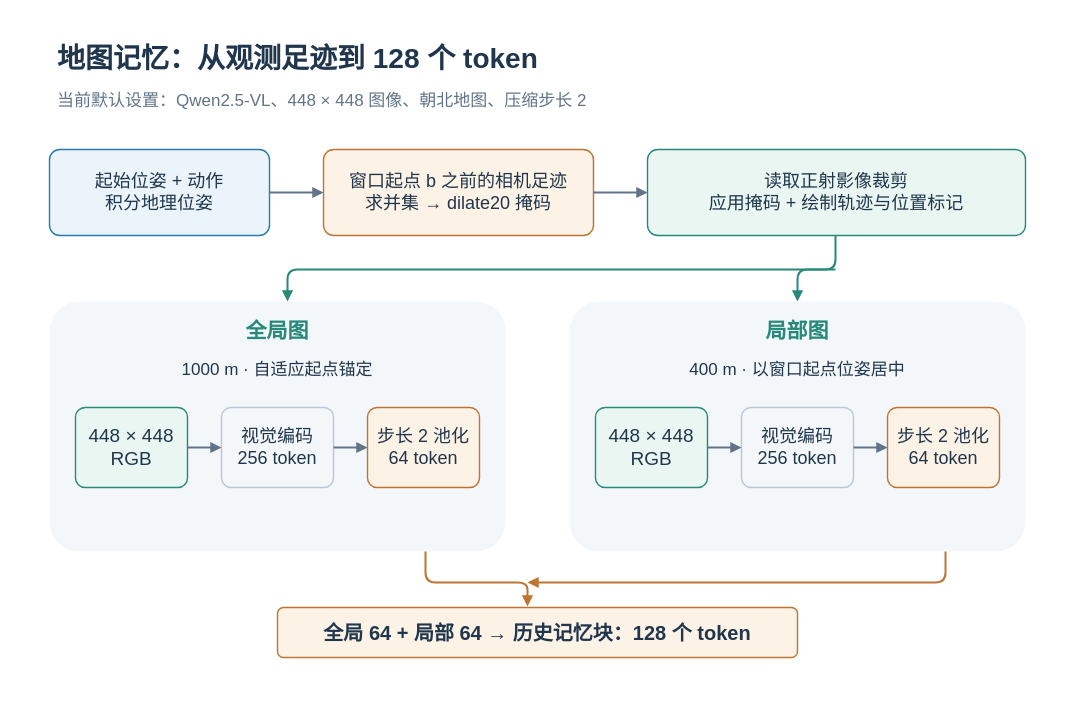
Above: docs/assets/concepts/diagrams/map-construction.zh-CN.drawio in Eku127/SwiftVLN (draw.io), before the change. Source tidied: cells renumbered, new cells numbered last; positions are measured from the earlier drawing's top-left corner, leaving out a move shared by most shapes. Both pictures are drawn from the tidied source at 100%, with x=0, y=0 at pixel (17, 17).
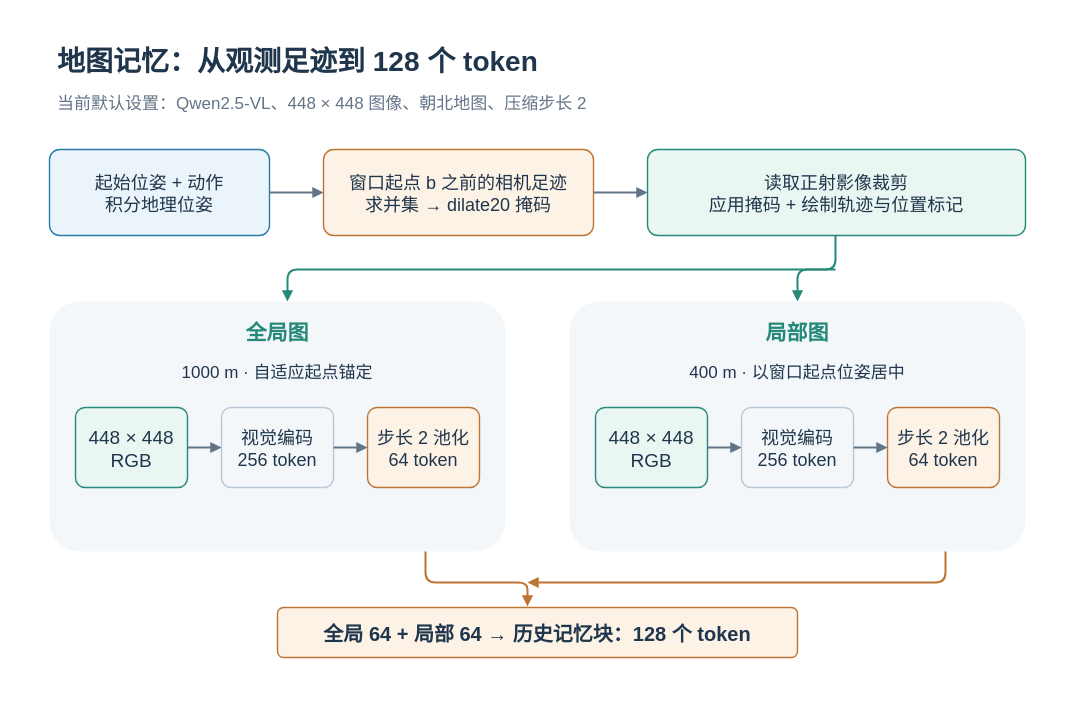
The same page after the edit.

The edit, as a diff of the source:
```diff
@@
-    <mxCell id="2" style="rounded=0;arcSize=12;whiteSpace=wrap;html=0;fillColor=#FFFFFF;strokeColor=none;strokeWidth=1.4;fontColor=#20364C;fontFamily=Arial;fontSize=19;fontStyle=0;align=center;verticalAlign=middle;spacing=8;" parent="1" vertex="1">
+    <mxCell id="2" style="rounded=0;arcSize=12;whiteSpace=nowrap;html=0;fillColor=#FFFFFF;strokeColor=none;strokeWidth=1.4;fontColor=#20364C;fontFamily=Arial;fontSize=19;fontStyle=0;align=center;verticalAlign=middle;spacing=8;" parent="1" vertex="1">
       <mxGeometry width="1040" height="670" as="geometry" />
     </mxCell>
-    <mxCell id="3" value="地图记忆：从观测足迹到 128 个 token" style="rounded=0;arcSize=12;whiteSpace=wrap;html=0;fillColor=none;strokeColor=none;strokeWidth=1.4;fontColor=#20364C;fontFamily=Arial;fontSize=28;fontStyle=1;align=left;verticalAlign=middle;spacing=8;" parent="1" vertex="1">
+    <mxCell id="3" value="地图记忆：从观测足迹到 128 个 token" style="rounded=0;arcSize=12;whiteSpace=nowrap;html=0;fillColor=none;strokeColor=none;strokeWidth=1.4;fontColor=#20364C;fontFamily=Arial;fontSize=28;fontStyle=1;align=left;verticalAlign=middle;spacing=8;" parent="1" vertex="1">
       <mxGeometry x="32" y="22" width="970" height="38" as="geometry" />
     </mxCell>
-    <mxCell id="4" value="当前默认设置：Qwen2.5-VL、448 × 448 图像、朝北地图、压缩步长 2" style="rounded=0;arcSize=12;whiteSpace=wrap;html=0;fillColor=none;strokeColor=none;strokeWidth=1.4;fontColor=#627487;fontFamily=Arial;fontSize=17;fontStyle=0;align=left;verticalAlign=middle;spacing=8;" parent="1" vertex="1">
+    <mxCell id="4" value="当前默认设置：Qwen2.5-VL、448 × 448 图像、朝北地图、压缩步长 2" style="rounded=0;arcSize=12;whiteSpace=nowrap;html=0;fillColor=none;strokeColor=none;strokeWidth=1.4;fontColor=#627487;fontFamily=Arial;fontSize=17;fontStyle=0;align=left;verticalAlign=middle;spacing=8;" parent="1" vertex="1">
       <mxGeometry x="32" y="67" width="970" height="34" as="geometry" />
     </mxCell>
-    <mxCell id="5" value="起始位姿 + 动作&#10;积分地理位姿" style="rounded=1;arcSize=12;whiteSpace=wrap;html=0;fillColor=#EBF4FA;strokeColor=#287BAD;strokeWidth=1.4;fontColor=#20364C;fontFamily=Arial;fontSize=18;fontStyle=0;align=center;verticalAlign=middle;spacing=8;" parent="1" vertex="1">
+    <mxCell id="5" value="起始位姿 + 动作&#10;积分地理位姿" style="rounded=1;arcSize=12;whiteSpace=nowrap;html=0;fillColor=#EBF4FA;strokeColor=#287BAD;strokeWidth=1.4;fontColor=#20364C;fontFamily=Arial;fontSize=18;fontStyle=0;align=center;verticalAlign=middle;spacing=8;" parent="1" vertex="1">
       <mxGeometry x="32" y="132" width="220" height="86" as="geometry" />
     </mxCell>
-    <mxCell id="6" value="窗口起点 b 之前的相机足迹&#10;求并集 → dilate20 掩码" style="rounded=1;arcSize=12;whiteSpace=wrap;html=0;fillColor=#FCF2E6;strokeColor=#BE7534;strokeWidth=1.4;fontColor=#20364C;fontFamily=Arial;fontSize=18;fontStyle=0;align=center;verticalAlign=middle;spacing=8;" parent="1" vertex="1">
+    <mxCell id="6" value="窗口起点 b 之前的相机足迹&#10;求并集 → dilate20 掩码" style="rounded=1;arcSize=12;whiteSpace=nowrap;html=0;fillColor=#FCF2E6;strokeColor=#BE7534;strokeWidth=1.4;fontColor=#20364C;fontFamily=Arial;fontSize=18;fontStyle=0;align=center;verticalAlign=middle;spacing=8;" parent="1" vertex="1">
       <mxGeometry x="306" y="132" width="270" height="86" as="geometry" />
     </mxCell>
-    <mxCell id="7" value="读取正射影像裁剪&#10;应用掩码 + 绘制轨迹与位置标记" style="rounded=1;arcSize=12;whiteSpace=wrap;html=0;fillColor=#EAF6F2;strokeColor=#268979;strokeWidth=1.4;fontColor=#20364C;fontFamily=Arial;fontSize=18;fontStyle=0;align=center;verticalAlign=middle;spacing=8;" parent="1" vertex="1">
+    <mxCell id="7" value="读取正射影像裁剪&#10;应用掩码 + 绘制轨迹与位置标记" style="rounded=1;arcSize=12;whiteSpace=nowrap;html=0;fillColor=#EAF6F2;strokeColor=#268979;strokeWidth=1.4;fontColor=#20364C;fontFamily=Arial;fontSize=18;fontStyle=0;align=center;verticalAlign=middle;spacing=8;" parent="1" vertex="1">
       <mxGeometry x="630" y="132" width="378" height="86" as="geometry" />
     </mxCell>
@@
-    <mxCell id="12" style="rounded=1;arcSize=12;whiteSpace=wrap;html=0;fillColor=#F4F7FA;strokeColor=none;strokeWidth=1.4;fontColor=#20364C;fontFamily=Arial;fontSize=19;fontStyle=0;align=center;verticalAlign=middle;spacing=8;" parent="1" vertex="1">
+    <mxCell id="12" style="rounded=1;arcSize=12;whiteSpace=nowrap;html=0;fillColor=#F4F7FA;strokeColor=none;strokeWidth=1.4;fontColor=#20364C;fontFamily=Arial;fontSize=19;fontStyle=0;align=center;verticalAlign=middle;spacing=8;" parent="1" vertex="1">
       <mxGeometry x="32" y="284" width="456" height="250" as="geometry" />
     </mxCell>
-    <mxCell id="13" value="全局图" style="rounded=0;arcSize=12;whiteSpace=wrap;html=0;fillColor=none;strokeColor=none;strokeWidth=1.4;fontColor=#268979;fontFamily=Arial;fontSize=21;fontStyle=1;align=center;verticalAlign=middle;spacing=8;" parent="1" vertex="1">
+    <mxCell id="13" value="全局图" style="rounded=0;arcSize=12;whiteSpace=nowrap;html=0;fillColor=none;strokeColor=none;strokeWidth=1.4;fontColor=#268979;fontFamily=Arial;fontSize=21;fontStyle=1;align=center;verticalAlign=middle;spacing=8;" parent="1" vertex="1">
       <mxGeometry x="48" y="298" width="424" height="30" as="geometry" />
     </mxCell>
-    <mxCell id="14" value="1000 m · 自适应起点锚定" style="rounded=0;arcSize=12;whiteSpace=wrap;html=0;fillColor=none;strokeColor=none;strokeWidth=1.4;fontColor=#20364C;fontFamily=Arial;fontSize=17;fontStyle=0;align=center;verticalAlign=middle;spacing=8;" parent="1" vertex="1">
+    <mxCell id="14" value="1000 m · 自适应起点锚定" style="rounded=0;arcSize=12;whiteSpace=nowrap;html=0;fillColor=none;strokeColor=none;strokeWidth=1.4;fontColor=#20364C;fontFamily=Arial;fontSize=17;fontStyle=0;align=center;verticalAlign=middle;spacing=8;" parent="1" vertex="1">
       <mxGeometry x="48" y="338" width="424" height="30" as="geometry" />
     </mxCell>
-    <mxCell id="15" value="448 × 448&#10;RGB" style="rounded=1;arcSize=12;whiteSpace=wrap;html=0;fillColor=#EAF6F2;strokeColor=#268979;strokeWidth=1.4;fontColor=#20364C;fontFamily=Arial;fontSize=19;fontStyle=0;align=center;verticalAlign=middle;spacing=8;" parent="1" vertex="1">
+    <mxCell id="15" value="448 × 448&#10;RGB" style="rounded=1;arcSize=12;whiteSpace=nowrap;html=0;fillColor=#EAF6F2;strokeColor=#268979;strokeWidth=1.4;fontColor=#20364C;fontFamily=Arial;fontSize=19;fontStyle=0;align=center;verticalAlign=middle;spacing=8;" parent="1" vertex="1">
       <mxGeometry x="58" y="390" width="112" height="80" as="geometry" />
     </mxCell>
-    <mxCell id="16" value="视觉编码&#10;256 token" style="rounded=1;arcSize=12;whiteSpace=wrap;html=0;fillColor=#F4F7FA;strokeColor=#B9C8D6;strokeWidth=1.4;fontColor=#20364C;fontFamily=Arial;fontSize=18;fontStyle=0;align=center;verticalAlign=middle;spacing=8;" parent="1" vertex="1">
+    <mxCell id="16" value="视觉编码&#10;256 token" style="rounded=1;arcSize=12;whiteSpace=nowrap;html=0;fillColor=#F4F7FA;strokeColor=#B9C8D6;strokeWidth=1.4;fontColor=#20364C;fontFamily=Arial;fontSize=18;fontStyle=0;align=center;verticalAlign=middle;spacing=8;" parent="1" vertex="1">
       <mxGeometry x="204" y="390" width="112" height="80" as="geometry" />
     </mxCell>
-    <mxCell id="17" value="步长 2 池化&#10;64 token" style="rounded=1;arcSize=12;whiteSpace=wrap;html=0;fillColor=#FCF2E6;strokeColor=#BE7534;strokeWidth=1.4;fontColor=#20364C;fontFamily=Arial;fontSize=18;fontStyle=0;align=center;verticalAlign=middle;spacing=8;" parent="1" vertex="1">
+    <mxCell id="17" value="步长 2 池化&#10;64 token" style="rounded=1;arcSize=12;whiteSpace=nowrap;html=0;fillColor=#FCF2E6;strokeColor=#BE7534;strokeWidth=1.4;fontColor=#20364C;fontFamily=Arial;fontSize=18;fontStyle=0;align=center;verticalAlign=middle;spacing=8;" parent="1" vertex="1">
       <mxGeometry x="350" y="390" width="112" height="80" as="geometry" />
     </mxCell>
@@
-    <mxCell id="20" style="rounded=1;arcSize=12;whiteSpace=wrap;html=0;fillColor=#F4F7FA;strokeColor=none;strokeWidth=1.4;fontColor=#20364C;fontFamily=Arial;fontSize=19;fontStyle=0;align=center;verticalAlign=middle;spacing=8;" parent="1" vertex="1">
+    <mxCell id="20" style="rounded=1;arcSize=12;whiteSpace=nowrap;html=0;fillColor=#F4F7FA;strokeColor=none;strokeWidth=1.4;fontColor=#20364C;fontFamily=Arial;fontSize=19;fontStyle=0;align=center;verticalAlign=middle;spacing=8;" parent="1" vertex="1">
       <mxGeometry x="552" y="284" width="456" height="250" as="geometry" />
     </mxCell>
-    <mxCell id="21" value="局部图" style="rounded=0;arcSize=12;whiteSpace=wrap;html=0;fillColor=none;strokeColor=none;strokeWidth=1.4;fontColor=#268979;fontFamily=Arial;fontSize=21;fontStyle=1;align=center;verticalAlign=middle;spacing=8;" parent="1" vertex="1">
+    <mxCell id="21" value="局部图" style="rounded=0;arcSize=12;whiteSpace=nowrap;html=0;fillColor=none;strokeColor=none;strokeWidth=1.4;fontColor=#268979;fontFamily=Arial;fontSize=21;fontStyle=1;align=center;verticalAlign=middle;spacing=8;" parent="1" vertex="1">
       <mxGeometry x="568" y="298" width="424" height="30" as="geometry" />
     </mxCell>
-    <mxCell id="22" value="400 m · 以窗口起点位姿居中" style="rounded=0;arcSize=12;whiteSpace=wrap;html=0;fillColor=none;strokeColor=none;strokeWidth=1.4;fontColor=#20364C;fontFamily=Arial;fontSize=17;fontStyle=0;align=center;verticalAlign=middle;spacing=8;" parent="1" vertex="1">
+    <mxCell id="22" value="400 m · 以窗口起点位姿居中" style="rounded=0;arcSize=12;whiteSpace=nowrap;html=0;fillColor=none;strokeColor=none;strokeWidth=1.4;fontColor=#20364C;fontFamily=Arial;fontSize=17;fontStyle=0;align=center;verticalAlign=middle;spacing=8;" parent="1" vertex="1">
       <mxGeometry x="568" y="338" width="424" height="30" as="geometry" />
     </mxCell>
-    <mxCell id="23" value="448 × 448&#10;RGB" style="rounded=1;arcSize=12;whiteSpace=wrap;html=0;fillColor=#EAF6F2;strokeColor=#268979;strokeWidth=1.4;fontColor=#20364C;fontFamily=Arial;fontSize=19;fontStyle=0;align=center;verticalAlign=middle;spacing=8;" parent="1" vertex="1">
+    <mxCell id="23" value="448 × 448&#10;RGB" style="rounded=1;arcSize=12;whiteSpace=nowrap;html=0;fillColor=#EAF6F2;strokeColor=#268979;strokeWidth=1.4;fontColor=#20364C;fontFamily=Arial;fontSize=19;fontStyle=0;align=center;verticalAlign=middle;spacing=8;" parent="1" vertex="1">
       <mxGeometry x="578" y="390" width="112" height="80" as="geometry" />
     </mxCell>
-    <mxCell id="24" value="视觉编码&#10;256 token" style="rounded=1;arcSize=12;whiteSpace=wrap;html=0;fillColor=#F4F7FA;strokeColor=#B9C8D6;strokeWidth=1.4;fontColor=#20364C;fontFamily=Arial;fontSize=18;fontStyle=0;align=center;verticalAlign=middle;spacing=8;" parent="1" vertex="1">
+    <mxCell id="24" value="视觉编码&#10;256 token" style="rounded=1;arcSize=12;whiteSpace=nowrap;html=0;fillColor=#F4F7FA;strokeColor=#B9C8D6;strokeWidth=1.4;fontColor=#20364C;fontFamily=Arial;fontSize=18;fontStyle=0;align=center;verticalAlign=middle;spacing=8;" parent="1" vertex="1">
       <mxGeometry x="724" y="390" width="112" height="80" as="geometry" />
     </mxCell>
-    <mxCell id="25" value="步长 2 池化&#10;64 token" style="rounded=1;arcSize=12;whiteSpace=wrap;html=0;fillColor=#FCF2E6;strokeColor=#BE7534;strokeWidth=1.4;fontColor=#20364C;fontFamily=Arial;fontSize=18;fontStyle=0;align=center;verticalAlign=middle;spacing=8;" parent="1" vertex="1">
+    <mxCell id="25" value="步长 2 池化&#10;64 token" style="rounded=1;arcSize=12;whiteSpace=nowrap;html=0;fillColor=#FCF2E6;strokeColor=#BE7534;strokeWidth=1.4;fontColor=#20364C;fontFamily=Arial;fontSize=18;fontStyle=0;align=center;verticalAlign=middle;spacing=8;" parent="1" vertex="1">
       <mxGeometry x="870" y="390" width="112" height="80" as="geometry" />
     </mxCell>
@@
-    <mxCell id="30" value="全局 64 + 局部 64 → 历史记忆块：128 个 token" style="rounded=1;arcSize=12;whiteSpace=wrap;html=0;fillColor=#FCF2E6;strokeColor=#BE7534;strokeWidth=1.4;fontColor=#20364C;fontFamily=Arial;fontSize=20;fontStyle=1;align=center;verticalAlign=middle;spacing=8;" parent="1" vertex="1">
+    <mxCell id="30" value="全局 64 + 局部 64 → 历史记忆块：128 个 token" style="rounded=1;arcSize=12;whiteSpace=nowrap;html=0;fillColor=#FCF2E6;strokeColor=#BE7534;strokeWidth=1.4;fontColor=#20364C;fontFamily=Arial;fontSize=20;fontStyle=1;align=center;verticalAlign=middle;spacing=8;" parent="1" vertex="1">
       <mxGeometry x="260" y="590" width="520" height="50" as="geometry" />
     </mxCell>
```
